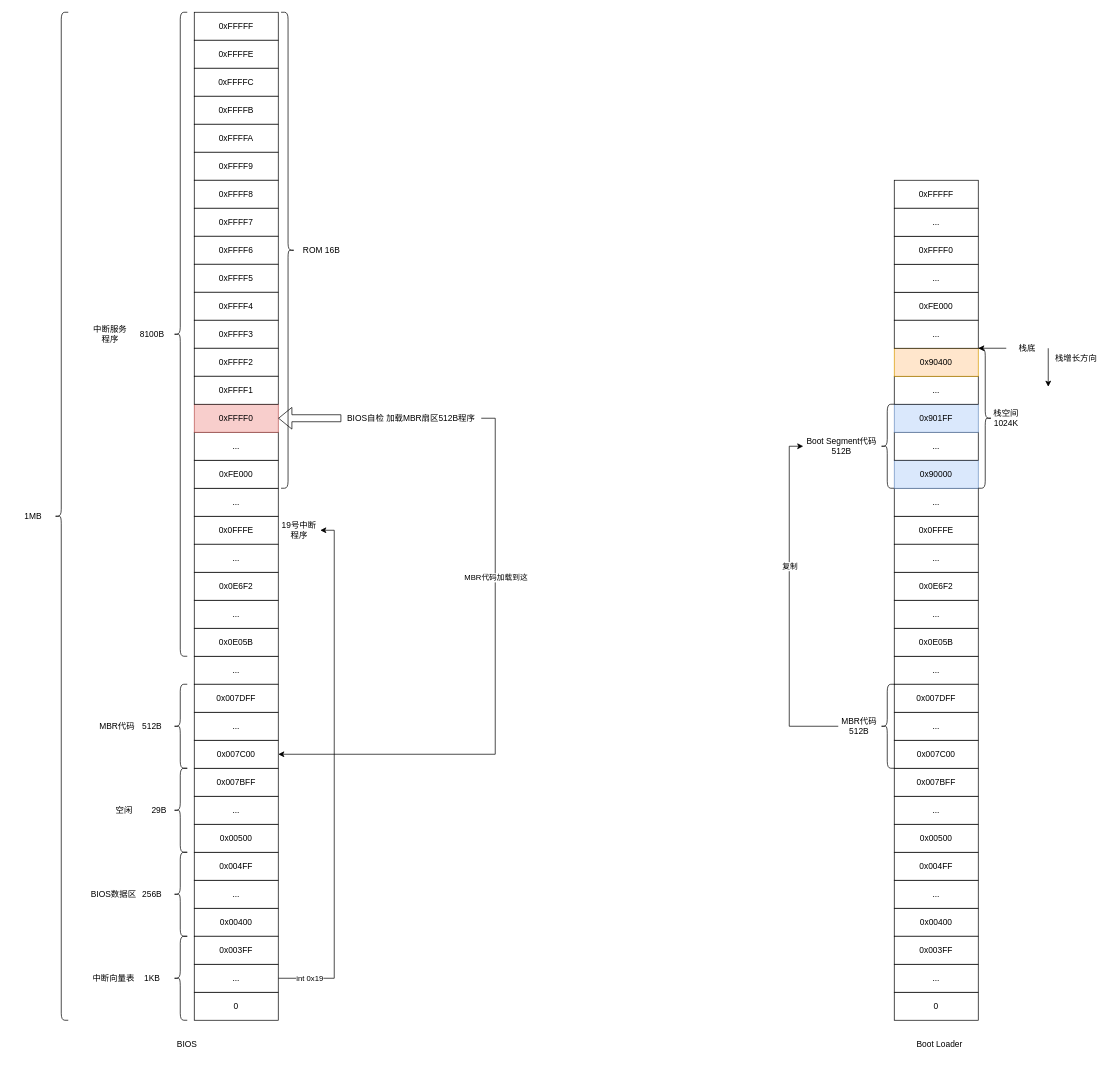
This is my_docs/linux/sys_mem.drawio from Bannirui/Bannirui.github.io, a draw.io file, before an edit. Source tidied: cells renumbered, new cells numbered last; positions are measured from the earlier drawing's top-left corner, leaving out a move shared by most shapes. Both pictures are drawn from the tidied source at 70%, with x=0, y=0 at pixel (12, 12).
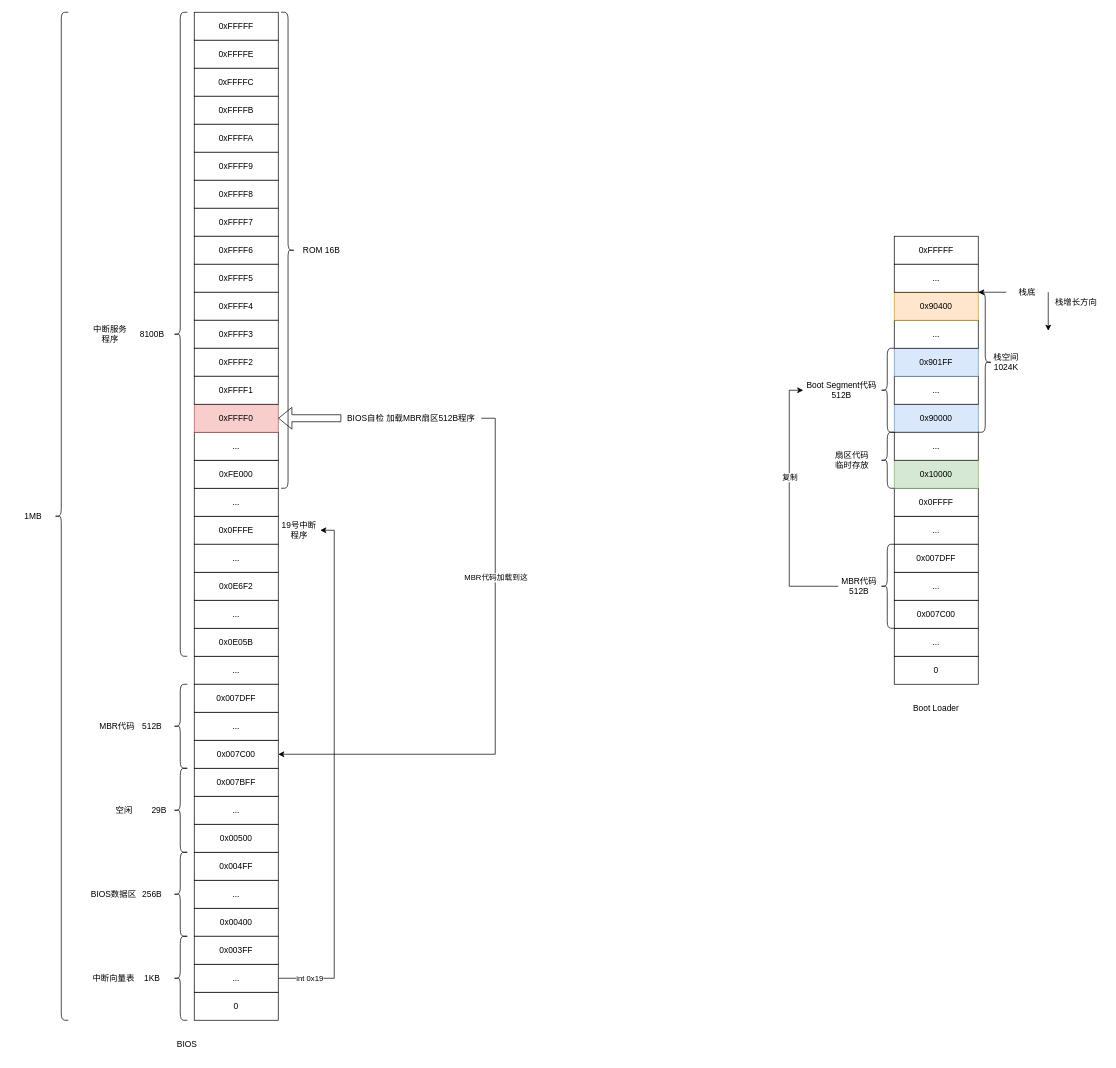
The same page after the edit.

What changed in the source:
```diff
@@
-    <mxCell id="65" value="0x00400" style="rounded=0;whiteSpace=wrap;html=1;" parent="1" vertex="1">
-      <mxGeometry x="1260" y="1280" width="120" height="40" as="geometry" />
-    </mxCell>
-    <mxCell id="66" value="..." style="rounded=0;whiteSpace=wrap;html=1;" parent="1" vertex="1">
-      <mxGeometry x="1260" y="1240" width="120" height="40" as="geometry" />
-    </mxCell>
-    <mxCell id="67" value="0x004FF" style="rounded=0;whiteSpace=wrap;html=1;" parent="1" vertex="1">
-      <mxGeometry x="1260" y="1200" width="120" height="40" as="geometry" />
-    </mxCell>
     <mxCell id="68" value="0" style="rounded=0;whiteSpace=wrap;html=1;" parent="1" vertex="1">
-      <mxGeometry x="1260" y="1400" width="120" height="40" as="geometry" />
+      <mxGeometry x="1260" y="920" width="120" height="40" as="geometry" />
     </mxCell>
     <mxCell id="69" value="..." style="rounded=0;whiteSpace=wrap;html=1;" parent="1" vertex="1">
-      <mxGeometry x="1260" y="1360" width="120" height="40" as="geometry" />
+      <mxGeometry x="1260" y="880" width="120" height="40" as="geometry" />
     </mxCell>
-    <mxCell id="70" value="0x003FF" style="rounded=0;whiteSpace=wrap;html=1;" parent="1" vertex="1">
-      <mxGeometry x="1260" y="1320" width="120" height="40" as="geometry" />
-    </mxCell>
     <mxCell id="71" value="..." style="rounded=0;whiteSpace=wrap;html=1;" parent="1" vertex="1">
-      <mxGeometry x="1260" y="920" width="120" height="40" as="geometry" />
+      <mxGeometry x="1260" y="720" width="120" height="40" as="geometry" />
     </mxCell>
-    <mxCell id="72" value="0x0E05B" style="rounded=0;whiteSpace=wrap;html=1;" parent="1" vertex="1">
-      <mxGeometry x="1260" y="880" width="120" height="40" as="geometry" />
-    </mxCell>
-    <mxCell id="73" value="0x0FFFE" style="rounded=0;whiteSpace=wrap;html=1;" parent="1" vertex="1">
-      <mxGeometry x="1260" y="720" width="120" height="40" as="geometry" />
-    </mxCell>
-    <mxCell id="74" value="..." style="rounded=0;whiteSpace=wrap;html=1;" parent="1" vertex="1">
-      <mxGeometry x="1260" y="840" width="120" height="40" as="geometry" />
-    </mxCell>
-    <mxCell id="75" value="..." style="rounded=0;whiteSpace=wrap;html=1;" parent="1" vertex="1">
+    <mxCell id="75" value="0x0FFFF" style="rounded=0;whiteSpace=wrap;html=1;" parent="1" vertex="1">
       <mxGeometry x="1260" y="680" width="120" height="40" as="geometry" />
     </mxCell>
     <mxCell id="76" value="Boot Loader" style="text;html=1;align=center;verticalAlign=middle;whiteSpace=wrap;rounded=0;" parent="1" vertex="1">
-      <mxGeometry x="1180" y="1460" width="290" height="30" as="geometry" />
+      <mxGeometry x="1175" y="980" width="290" height="30" as="geometry" />
     </mxCell>
-    <mxCell id="77" value="0x0E6F2" style="rounded=0;whiteSpace=wrap;html=1;" parent="1" vertex="1">
-      <mxGeometry x="1260" y="800" width="120" height="40" as="geometry" />
-    </mxCell>
-    <mxCell id="78" value="..." style="rounded=0;whiteSpace=wrap;html=1;" parent="1" vertex="1">
-      <mxGeometry x="1260" y="760" width="120" height="40" as="geometry" />
-    </mxCell>
-    <mxCell id="79" value="0xFE000" style="rounded=0;whiteSpace=wrap;html=1;" parent="1" vertex="1">
-      <mxGeometry x="1260" y="400" width="120" height="40" as="geometry" />
-    </mxCell>
-    <mxCell id="80" value="..." style="rounded=0;whiteSpace=wrap;html=1;" parent="1" vertex="1">
-      <mxGeometry x="1260" y="360" width="120" height="40" as="geometry" />
-    </mxCell>
-    <mxCell id="81" value="0xFFFF0" style="rounded=0;whiteSpace=wrap;html=1;" parent="1" vertex="1">
-      <mxGeometry x="1260" y="320" width="120" height="40" as="geometry" />
-    </mxCell>
     <mxCell id="82" value="0xFFFFF" style="rounded=0;whiteSpace=wrap;html=1;" parent="1" vertex="1">
-      <mxGeometry x="1260" y="240" width="120" height="40" as="geometry" />
+      <mxGeometry x="1260" y="320" width="120" height="40" as="geometry" />
     </mxCell>
-    <mxCell id="83" value="..." style="rounded=0;whiteSpace=wrap;html=1;" parent="1" vertex="1">
-      <mxGeometry x="1260" y="280" width="120" height="40" as="geometry" />
-    </mxCell>
-    <mxCell id="84" value="0x00500" style="rounded=0;whiteSpace=wrap;html=1;" parent="1" vertex="1">
-      <mxGeometry x="1260" y="1160" width="120" height="40" as="geometry" />
-    </mxCell>
-    <mxCell id="85" value="..." style="rounded=0;whiteSpace=wrap;html=1;" parent="1" vertex="1">
-      <mxGeometry x="1260" y="1120" width="120" height="40" as="geometry" />
-    </mxCell>
-    <mxCell id="86" value="0x007BFF" style="rounded=0;whiteSpace=wrap;html=1;" parent="1" vertex="1">
-      <mxGeometry x="1260" y="1080" width="120" height="40" as="geometry" />
-    </mxCell>
     <mxCell id="87" value="0x007C00" style="rounded=0;whiteSpace=wrap;html=1;" parent="1" vertex="1">
-      <mxGeometry x="1260" y="1040" width="120" height="40" as="geometry" />
+      <mxGeometry x="1260" y="840" width="120" height="40" as="geometry" />
     </mxCell>
     <mxCell id="88" value="..." style="rounded=0;whiteSpace=wrap;html=1;" parent="1" vertex="1">
-      <mxGeometry x="1260" y="1000" width="120" height="40" as="geometry" />
+      <mxGeometry x="1260" y="800" width="120" height="40" as="geometry" />
     </mxCell>
     <mxCell id="89" value="0x007DFF" style="rounded=0;whiteSpace=wrap;html=1;" parent="1" vertex="1">
-      <mxGeometry x="1260" y="960" width="120" height="40" as="geometry" />
+      <mxGeometry x="1260" y="760" width="120" height="40" as="geometry" />
     </mxCell>
     <mxCell id="90" style="shape=curlyBracket;whiteSpace=wrap;html=1;rounded=1;labelPosition=left;verticalLabelPosition=middle;align=right;verticalAlign=middle;" parent="1" vertex="1">
-      <mxGeometry x="1240" y="560" width="20" height="120" as="geometry" />
+      <mxGeometry x="1240" y="480" width="20" height="120" as="geometry" />
     </mxCell>
@@
     <mxCell id="93" value="MBR代码 512B" style="text;html=1;align=center;verticalAlign=middle;whiteSpace=wrap;rounded=0;" parent="1" vertex="1">
-      <mxGeometry x="1180" y="1005" width="60" height="30" as="geometry" />
+      <mxGeometry x="1180" y="805" width="60" height="30" as="geometry" />
     </mxCell>
     <mxCell id="94" value="0x90000" style="rounded=0;whiteSpace=wrap;html=1;fillColor=#dae8fc;strokeColor=#6c8ebf;" parent="1" vertex="1">
-      <mxGeometry x="1260" y="640" width="120" height="40" as="geometry" />
+      <mxGeometry x="1260" y="560" width="120" height="40" as="geometry" />
     </mxCell>
     <mxCell id="95" value="..." style="rounded=0;whiteSpace=wrap;html=1;" parent="1" vertex="1">
-      <mxGeometry x="1260" y="600" width="120" height="40" as="geometry" />
+      <mxGeometry x="1260" y="520" width="120" height="40" as="geometry" />
     </mxCell>
     <mxCell id="96" value="0x901FF" style="rounded=0;whiteSpace=wrap;html=1;fillColor=#dae8fc;strokeColor=#6c8ebf;" parent="1" vertex="1">
-      <mxGeometry x="1260" y="560" width="120" height="40" as="geometry" />
+      <mxGeometry x="1260" y="480" width="120" height="40" as="geometry" />
     </mxCell>
     <mxCell id="97" value="..." style="rounded=0;whiteSpace=wrap;html=1;" parent="1" vertex="1">
-      <mxGeometry x="1260" y="520" width="120" height="40" as="geometry" />
+      <mxGeometry x="1260" y="440" width="120" height="40" as="geometry" />
     </mxCell>
     <mxCell id="98" style="shape=curlyBracket;whiteSpace=wrap;html=1;rounded=1;labelPosition=left;verticalLabelPosition=middle;align=right;verticalAlign=middle;" parent="1" vertex="1">
-      <mxGeometry x="1240" y="960" width="20" height="120" as="geometry" />
+      <mxGeometry x="1240" y="760" width="20" height="120" as="geometry" />
     </mxCell>
     <mxCell id="99" value="Boot Segment代码 512B" style="text;html=1;align=center;verticalAlign=middle;whiteSpace=wrap;rounded=0;" parent="1" vertex="1">
-      <mxGeometry x="1130" y="605" width="110" height="30" as="geometry" />
+      <mxGeometry x="1130" y="525" width="110" height="30" as="geometry" />
     </mxCell>
     <mxCell id="100" value="0x90400" style="rounded=0;whiteSpace=wrap;html=1;fillColor=#ffe6cc;strokeColor=#d79b00;" parent="1" vertex="1">
-      <mxGeometry x="1260" y="480" width="120" height="40" as="geometry" />
+      <mxGeometry x="1260" y="400" width="120" height="40" as="geometry" />
     </mxCell>
     <mxCell id="101" value="..." style="rounded=0;whiteSpace=wrap;html=1;" parent="1" vertex="1">
-      <mxGeometry x="1260" y="440" width="120" height="40" as="geometry" />
+      <mxGeometry x="1260" y="360" width="120" height="40" as="geometry" />
     </mxCell>
     <mxCell id="102" style="endArrow=classic;html=1;rounded=0;entryX=1;entryY=0;entryDx=0;entryDy=0;" parent="1" edge="1" target="100">
       <mxGeometry relative="1" as="geometry">
-        <mxPoint x="1420" y="480" as="sourcePoint" />
+        <mxPoint x="1420" y="400" as="sourcePoint" />
       </mxGeometry>
     </mxCell>
     <mxCell id="103" value="栈底" style="text;html=1;align=center;verticalAlign=middle;whiteSpace=wrap;rounded=0;" parent="1" vertex="1">
-      <mxGeometry x="1420" y="465" width="60" height="30" as="geometry" />
+      <mxGeometry x="1420" y="385" width="60" height="30" as="geometry" />
     </mxCell>
     <mxCell id="104" style="endArrow=classic;html=1;rounded=0;exitX=1;exitY=0.5;exitDx=0;exitDy=0;" parent="1" edge="1" source="103">
       <mxGeometry relative="1" as="geometry">
-        <mxPoint x="1480" y="535" as="targetPoint" />
+        <mxPoint x="1480" y="455" as="targetPoint" />
       </mxGeometry>
     </mxCell>
     <mxCell id="105" value="栈增长方向" style="text;html=1;align=center;verticalAlign=middle;whiteSpace=wrap;rounded=0;" parent="1" vertex="1">
-      <mxGeometry x="1480" y="480" width="80" height="30" as="geometry" />
+      <mxGeometry x="1480" y="400" width="80" height="30" as="geometry" />
     </mxCell>
     <mxCell id="106" style="shape=curlyBracket;whiteSpace=wrap;html=1;rounded=1;flipH=1;labelPosition=right;verticalLabelPosition=middle;align=left;verticalAlign=middle;" parent="1" vertex="1">
-      <mxGeometry x="1380" y="480" width="20" height="200" as="geometry" />
+      <mxGeometry x="1380" y="400" width="20" height="200" as="geometry" />
     </mxCell>
     <mxCell id="107" value="栈空间 1024K" style="text;html=1;align=center;verticalAlign=middle;whiteSpace=wrap;rounded=0;" parent="1" vertex="1">
-      <mxGeometry x="1390" y="565" width="60" height="30" as="geometry" />
+      <mxGeometry x="1390" y="485" width="60" height="30" as="geometry" />
     </mxCell>
+    <mxCell id="108" value="0x10000" style="rounded=0;whiteSpace=wrap;html=1;fillColor=#d5e8d4;strokeColor=#82b366;" parent="1" vertex="1">
+      <mxGeometry x="1260" y="640" width="120" height="40" as="geometry" />
+    </mxCell>
+    <mxCell id="109" value="..." style="rounded=0;whiteSpace=wrap;html=1;" parent="1" vertex="1">
+      <mxGeometry x="1260" y="600" width="120" height="40" as="geometry" />
+    </mxCell>
+    <mxCell id="110" style="shape=curlyBracket;whiteSpace=wrap;html=1;rounded=1;labelPosition=left;verticalLabelPosition=middle;align=right;verticalAlign=middle;" parent="1" vertex="1">
+      <mxGeometry x="1240" y="600" width="20" height="80" as="geometry" />
+    </mxCell>
+    <mxCell id="111" value="扇区代码临时存放" style="text;html=1;align=center;verticalAlign=middle;whiteSpace=wrap;rounded=0;" parent="1" vertex="1">
+      <mxGeometry x="1170" y="625" width="60" height="30" as="geometry" />
+    </mxCell>
```
